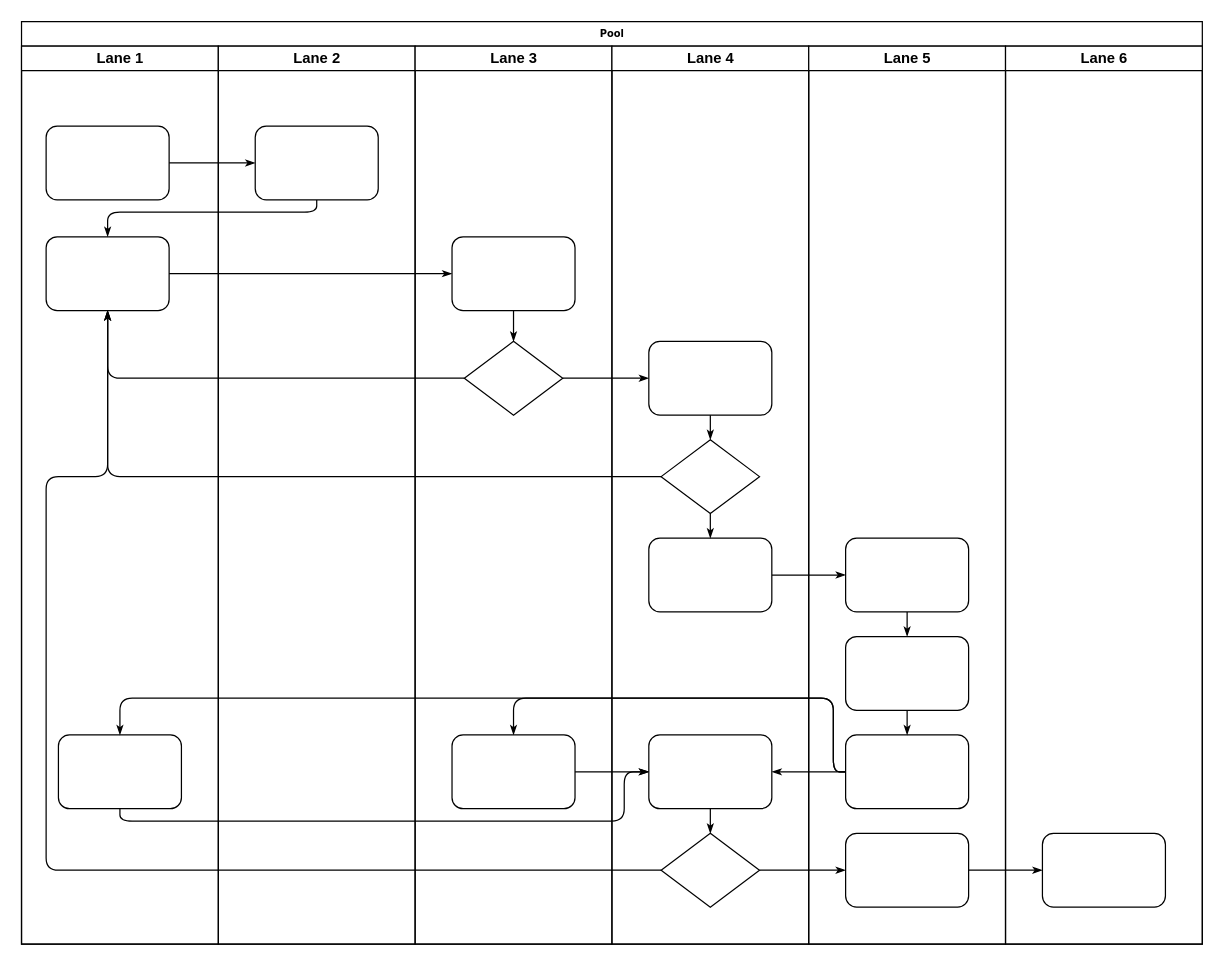
This is Untitled Diagram.drawio from afadallah/Case-StackOverflow, a draw.io file, before an edit. Source tidied: cells renumbered, new cells numbered last; positions are measured from the earlier drawing's top-left corner, leaving out a move shared by most shapes. Both pictures are drawn from the tidied source at 123%, with x=0, y=0 at pixel (21, 21).
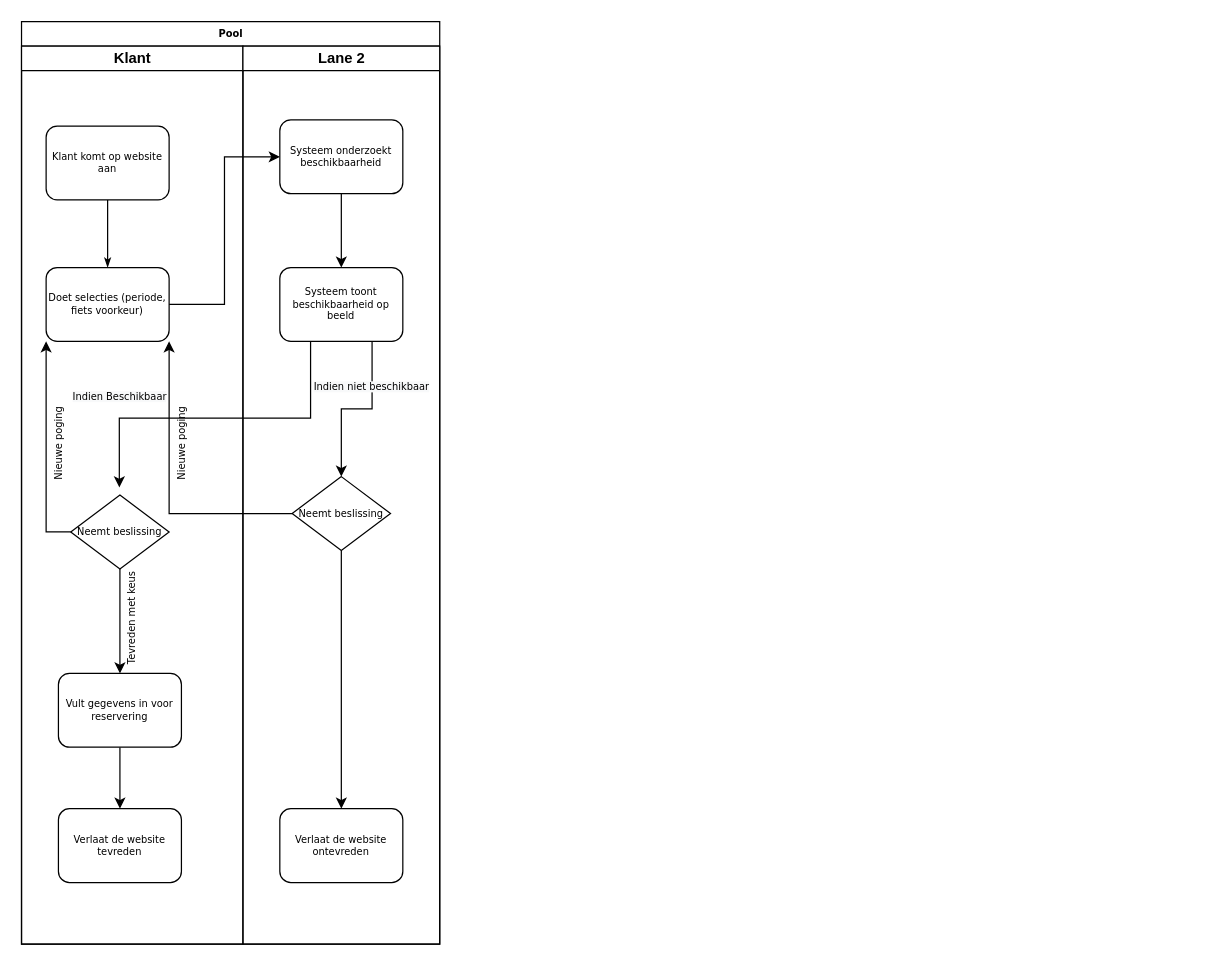
The same diagram, later.

What changed in the source:
```diff
@@
     <mxCell id="2" value="Pool" style="swimlane;html=1;startSize=20;rounded=0;shadow=0;labelBackgroundColor=none;strokeWidth=1;fontFamily=Verdana;fontSize=8;align=center;" parent="1" vertex="1">
-      <mxGeometry width="960" height="750" as="geometry" />
+      <mxGeometry width="340" height="750" as="geometry" />
     </mxCell>
-    <mxCell id="3" value="Lane 1" style="swimlane;html=1;startSize=20;" parent="2" vertex="1">
-      <mxGeometry y="20" width="160" height="730" as="geometry" />
+    <mxCell id="3" value="Klant" style="swimlane;html=1;startSize=20;" parent="2" vertex="1">
+      <mxGeometry y="20" width="180" height="730" as="geometry" />
     </mxCell>
+    <mxCell id="47" value="&lt;div style=&quot;text-align: center&quot;&gt;&lt;span style=&quot;font-size: 8px&quot;&gt;&lt;font face=&quot;verdana&quot;&gt;Nieuwe poging&lt;/font&gt;&lt;/span&gt;&lt;/div&gt;" style="text;whiteSpace=wrap;html=1;rotation=-90;" parent="3" vertex="1">
+      <mxGeometry x="-20" y="290" width="100" height="30" as="geometry" />
+    </mxCell>
-    <mxCell id="4" style="rounded=1;whiteSpace=wrap;html=1;shadow=0;labelBackgroundColor=none;strokeWidth=1;fontFamily=Verdana;fontSize=8;align=center;" parent="3" vertex="1">
+    <mxCell id="4" value="Klant komt op website aan" style="rounded=1;whiteSpace=wrap;html=1;shadow=0;labelBackgroundColor=none;strokeWidth=1;fontFamily=Verdana;fontSize=8;align=center;" parent="3" vertex="1">
       <mxGeometry x="20" y="65" width="100" height="60" as="geometry" />
     </mxCell>
-    <mxCell id="5" style="rounded=1;whiteSpace=wrap;html=1;shadow=0;labelBackgroundColor=none;strokeWidth=1;fontFamily=Verdana;fontSize=8;align=center;" parent="3" vertex="1">
-      <mxGeometry x="20" y="155" width="100" height="60" as="geometry" />
-    </mxCell>
-    <mxCell id="6" style="rounded=1;whiteSpace=wrap;html=1;shadow=0;labelBackgroundColor=none;strokeWidth=1;fontFamily=Verdana;fontSize=8;align=center;" parent="3" vertex="1">
-      <mxGeometry x="30" y="560" width="100" height="60" as="geometry" />
-    </mxCell>
-    <mxCell id="7" style="edgeStyle=orthogonalEdgeStyle;rounded=1;html=1;labelBackgroundColor=none;startArrow=none;startFill=0;startSize=5;endArrow=classicThin;endFill=1;endSize=5;jettySize=auto;strokeWidth=1;fontFamily=Verdana;fontSize=8;" parent="2" edge="1" source="4" target="23">
+    <mxCell id="7" style="edgeStyle=orthogonalEdgeStyle;rounded=1;html=1;labelBackgroundColor=none;startArrow=none;startFill=0;startSize=5;endArrow=classicThin;endFill=1;endSize=5;jettySize=auto;strokeWidth=1;fontFamily=Verdana;fontSize=8;" parent="3" edge="1" source="4" target="23">
       <mxGeometry relative="1" as="geometry" />
     </mxCell>
-    <mxCell id="8" style="edgeStyle=orthogonalEdgeStyle;rounded=1;html=1;labelBackgroundColor=none;startArrow=none;startFill=0;startSize=5;endArrow=classicThin;endFill=1;endSize=5;jettySize=auto;strokeWidth=1;fontFamily=Verdana;fontSize=8;" parent="2" edge="1" source="23" target="5">
-      <mxGeometry relative="1" as="geometry">
-        <Array as="points">
-          <mxPoint x="240" y="155" />
-          <mxPoint x="70" y="155" />
-        </Array>
-      </mxGeometry>
-    </mxCell>
-    <mxCell id="9" style="edgeStyle=orthogonalEdgeStyle;rounded=1;html=1;labelBackgroundColor=none;startArrow=none;startFill=0;startSize=5;endArrow=classicThin;endFill=1;endSize=5;jettySize=auto;strokeWidth=1;fontFamily=Verdana;fontSize=8;" parent="2" edge="1" source="5" target="25">
-      <mxGeometry relative="1" as="geometry" />
-    </mxCell>
-    <mxCell id="10" style="edgeStyle=orthogonalEdgeStyle;rounded=1;html=1;labelBackgroundColor=none;startArrow=none;startFill=0;startSize=5;endArrow=classicThin;endFill=1;endSize=5;jettySize=auto;strokeWidth=1;fontFamily=Verdana;fontSize=8;" parent="2" edge="1" source="26" target="5">
-      <mxGeometry relative="1" as="geometry" />
-    </mxCell>
-    <mxCell id="11" style="edgeStyle=orthogonalEdgeStyle;rounded=1;html=1;labelBackgroundColor=none;startArrow=none;startFill=0;startSize=5;endArrow=classicThin;endFill=1;endSize=5;jettySize=auto;strokeWidth=1;fontFamily=Verdana;fontSize=8;" parent="2" edge="1" source="31" target="5">
-      <mxGeometry relative="1" as="geometry" />
-    </mxCell>
-    <mxCell id="12" style="edgeStyle=orthogonalEdgeStyle;rounded=1;html=1;labelBackgroundColor=none;startArrow=none;startFill=0;startSize=5;endArrow=classicThin;endFill=1;endSize=5;jettySize=auto;strokeWidth=1;fontFamily=Verdana;fontSize=8;" parent="2" edge="1" source="34" target="5">
-      <mxGeometry relative="1" as="geometry">
-        <Array as="points">
-          <mxPoint x="20" y="690" />
-          <mxPoint x="20" y="370" />
-          <mxPoint x="70" y="370" />
-        </Array>
-      </mxGeometry>
-    </mxCell>
-    <mxCell id="13" style="edgeStyle=orthogonalEdgeStyle;rounded=1;html=1;labelBackgroundColor=none;startArrow=none;startFill=0;startSize=5;endArrow=classicThin;endFill=1;endSize=5;jettySize=auto;strokeWidth=1;fontFamily=Verdana;fontSize=8;" parent="2" edge="1" source="26" target="30">
-      <mxGeometry relative="1" as="geometry" />
-    </mxCell>
-    <mxCell id="14" style="edgeStyle=orthogonalEdgeStyle;rounded=1;html=1;labelBackgroundColor=none;startArrow=none;startFill=0;startSize=5;endArrow=classicThin;endFill=1;endSize=5;jettySize=auto;strokeWidth=1;fontFamily=Verdana;fontSize=8;" parent="2" edge="1" source="34" target="42">
-      <mxGeometry relative="1" as="geometry" />
-    </mxCell>
-    <mxCell id="15" style="edgeStyle=orthogonalEdgeStyle;rounded=1;html=1;labelBackgroundColor=none;startArrow=none;startFill=0;startSize=5;endArrow=classicThin;endFill=1;endSize=5;jettySize=auto;strokeWidth=1;fontFamily=Verdana;fontSize=8;" parent="2" edge="1" source="42" target="46">
-      <mxGeometry relative="1" as="geometry" />
-    </mxCell>
-    <mxCell id="16" style="edgeStyle=orthogonalEdgeStyle;rounded=1;html=1;labelBackgroundColor=none;startArrow=none;startFill=0;startSize=5;endArrow=classicThin;endFill=1;endSize=5;jettySize=auto;strokeWidth=1;fontFamily=Verdana;fontSize=8;" parent="2" edge="1" source="32" target="39">
-      <mxGeometry relative="1" as="geometry" />
-    </mxCell>
-    <mxCell id="17" style="edgeStyle=orthogonalEdgeStyle;rounded=1;html=1;labelBackgroundColor=none;startArrow=none;startFill=0;startSize=5;endArrow=classicThin;endFill=1;endSize=5;jettySize=auto;strokeWidth=1;fontFamily=Verdana;fontSize=8;" parent="2" edge="1" source="41" target="27">
-      <mxGeometry relative="1" as="geometry">
-        <Array as="points">
-          <mxPoint x="660" y="610" />
-          <mxPoint x="660" y="550" />
-          <mxPoint x="400" y="550" />
-        </Array>
-      </mxGeometry>
-    </mxCell>
-    <mxCell id="18" style="edgeStyle=orthogonalEdgeStyle;rounded=1;html=1;labelBackgroundColor=none;startArrow=none;startFill=0;startSize=5;endArrow=classicThin;endFill=1;endSize=5;jettySize=auto;strokeColor=#000000;strokeWidth=1;fontFamily=Verdana;fontSize=8;fontColor=#000000;" parent="2" edge="1" source="41" target="33">
-      <mxGeometry relative="1" as="geometry" />
-    </mxCell>
-    <mxCell id="19" style="edgeStyle=orthogonalEdgeStyle;rounded=1;html=1;labelBackgroundColor=none;startArrow=none;startFill=0;startSize=5;endArrow=classicThin;endFill=1;endSize=5;jettySize=auto;strokeWidth=1;fontFamily=Verdana;fontSize=8;" parent="2" edge="1" source="41" target="6">
-      <mxGeometry relative="1" as="geometry">
-        <Array as="points">
-          <mxPoint x="660" y="610" />
-          <mxPoint x="660" y="550" />
-          <mxPoint x="80" y="550" />
-        </Array>
-      </mxGeometry>
-    </mxCell>
-    <mxCell id="20" style="edgeStyle=orthogonalEdgeStyle;rounded=1;html=1;labelBackgroundColor=none;startArrow=none;startFill=0;startSize=5;endArrow=classicThin;endFill=1;endSize=5;jettySize=auto;strokeWidth=1;fontFamily=Verdana;fontSize=8;" parent="2" edge="1" source="6" target="33">
-      <mxGeometry relative="1" as="geometry">
-        <Array as="points">
-          <mxPoint x="80" y="650" />
-          <mxPoint x="490" y="650" />
-          <mxPoint x="490" y="610" />
-        </Array>
-      </mxGeometry>
-    </mxCell>
-    <mxCell id="21" style="edgeStyle=orthogonalEdgeStyle;rounded=1;html=1;labelBackgroundColor=none;startArrow=none;startFill=0;startSize=5;endArrow=classicThin;endFill=1;endSize=5;jettySize=auto;strokeWidth=1;fontFamily=Verdana;fontSize=8;" parent="2" edge="1" source="27" target="33">
-      <mxGeometry relative="1" as="geometry" />
-    </mxCell>
+    <mxCell id="23" value="Doet selecties (periode, fiets voorkeur)" style="rounded=1;whiteSpace=wrap;html=1;shadow=0;labelBackgroundColor=none;strokeWidth=1;fontFamily=Verdana;fontSize=8;align=center;" parent="3" vertex="1">
+      <mxGeometry x="20" y="180" width="100" height="60" as="geometry" />
+    </mxCell>
+    <mxCell id="48" style="edgeStyle=orthogonalEdgeStyle;rounded=0;jettySize=auto;html=1;exitX=0.5;exitY=1;exitDx=0;exitDy=0;entryX=0.5;entryY=0;entryDx=0;entryDy=0;" parent="3" edge="1" source="52" target="53">
+      <mxGeometry relative="1" as="geometry" />
+    </mxCell>
+    <mxCell id="49" style="edgeStyle=orthogonalEdgeStyle;rounded=0;jettySize=auto;html=1;exitX=0;exitY=0.5;exitDx=0;exitDy=0;entryX=0;entryY=1;entryDx=0;entryDy=0;" parent="3" edge="1" source="52" target="23">
+      <mxGeometry relative="1" as="geometry" />
+    </mxCell>
+    <mxCell id="50" style="edgeStyle=orthogonalEdgeStyle;rounded=0;jettySize=auto;html=1;exitX=0.5;exitY=1;exitDx=0;exitDy=0;entryX=0.5;entryY=0;entryDx=0;entryDy=0;" parent="3" edge="1" source="53" target="51">
+      <mxGeometry relative="1" as="geometry" />
+    </mxCell>
+    <mxCell id="51" value="Verlaat de website tevreden" style="rounded=1;whiteSpace=wrap;html=1;shadow=0;labelBackgroundColor=none;strokeWidth=1;fontFamily=Verdana;fontSize=8;align=center;" parent="3" vertex="1">
+      <mxGeometry x="30" y="620" width="100" height="60" as="geometry" />
+    </mxCell>
+    <mxCell id="52" value="Neemt beslissing" style="rhombus;whiteSpace=wrap;html=1;rounded=0;shadow=0;labelBackgroundColor=none;strokeWidth=1;fontFamily=Verdana;fontSize=8;align=center;" parent="3" vertex="1">
+      <mxGeometry x="40" y="365" width="80" height="60" as="geometry" />
+    </mxCell>
+    <mxCell id="53" value="Vult gegevens in voor reservering" style="rounded=1;whiteSpace=wrap;html=1;shadow=0;labelBackgroundColor=none;strokeWidth=1;fontFamily=Verdana;fontSize=8;align=center;" parent="3" vertex="1">
+      <mxGeometry x="30" y="510" width="100" height="60" as="geometry" />
+    </mxCell>
+    <mxCell id="54" value="&lt;span style=&quot;color: rgb(0, 0, 0); font-family: verdana; font-size: 8px; font-style: normal; font-weight: 400; letter-spacing: normal; text-align: center; text-indent: 0px; text-transform: none; word-spacing: 0px; background-color: rgb(248, 249, 250); display: inline; float: none;&quot;&gt;Indien Beschikbaar&lt;/span&gt;" style="text;whiteSpace=wrap;html=1;" parent="3" vertex="1">
+      <mxGeometry x="40" y="270" width="100" height="30" as="geometry" />
+    </mxCell>
+    <mxCell id="55" value="&lt;div style=&quot;text-align: center&quot;&gt;&lt;span style=&quot;font-size: 8px&quot;&gt;&lt;font face=&quot;verdana&quot;&gt;Tevreden met keus&lt;/font&gt;&lt;/span&gt;&lt;/div&gt;" style="text;whiteSpace=wrap;html=1;rotation=-90;" parent="3" vertex="1">
+      <mxGeometry x="40" y="440" width="100" height="30" as="geometry" />
+    </mxCell>
+    <mxCell id="56" value="&lt;div style=&quot;text-align: center&quot;&gt;&lt;span style=&quot;font-size: 8px&quot;&gt;&lt;font face=&quot;verdana&quot;&gt;Nieuwe poging&lt;/font&gt;&lt;/span&gt;&lt;/div&gt;" style="text;whiteSpace=wrap;html=1;rotation=-90;" parent="3" vertex="1">
+      <mxGeometry x="80" y="290" width="100" height="30" as="geometry" />
+    </mxCell>
     <mxCell id="22" value="Lane 2" style="swimlane;html=1;startSize=20;" parent="2" vertex="1">
-      <mxGeometry x="160" y="20" width="160" height="730" as="geometry" />
+      <mxGeometry x="180" y="20" width="160" height="730" as="geometry" />
     </mxCell>
-    <mxCell id="23" style="rounded=1;whiteSpace=wrap;html=1;shadow=0;labelBackgroundColor=none;strokeWidth=1;fontFamily=Verdana;fontSize=8;align=center;" parent="22" vertex="1">
-      <mxGeometry x="30" y="65" width="100" height="60" as="geometry" />
-    </mxCell>
-    <mxCell id="24" value="Lane 3" style="swimlane;html=1;startSize=20;" parent="2" vertex="1">
-      <mxGeometry x="320" y="20" width="160" height="730" as="geometry" />
-    </mxCell>
-    <mxCell id="25" style="rounded=1;whiteSpace=wrap;html=1;shadow=0;labelBackgroundColor=none;strokeWidth=1;fontFamily=Verdana;fontSize=8;align=center;" parent="24" vertex="1">
-      <mxGeometry x="30" y="155" width="100" height="60" as="geometry" />
+    <mxCell id="25" value="Systeem onderzoekt beschikbaarheid" style="rounded=1;whiteSpace=wrap;html=1;shadow=0;labelBackgroundColor=none;strokeWidth=1;fontFamily=Verdana;fontSize=8;align=center;" parent="22" vertex="1">
+      <mxGeometry x="30" y="60" width="100" height="60" as="geometry" />
     </mxCell>
-    <mxCell id="26" style="rhombus;whiteSpace=wrap;html=1;rounded=0;shadow=0;labelBackgroundColor=none;strokeWidth=1;fontFamily=Verdana;fontSize=8;align=center;" parent="24" vertex="1">
-      <mxGeometry x="40" y="240" width="80" height="60" as="geometry" />
-    </mxCell>
-    <mxCell id="27" style="rounded=1;whiteSpace=wrap;html=1;shadow=0;labelBackgroundColor=none;strokeWidth=1;fontFamily=Verdana;fontSize=8;align=center;" parent="24" vertex="1">
-      <mxGeometry x="30" y="560" width="100" height="60" as="geometry" />
-    </mxCell>
-    <mxCell id="28" style="edgeStyle=orthogonalEdgeStyle;rounded=1;html=1;labelBackgroundColor=none;startArrow=none;startFill=0;startSize=5;endArrow=classicThin;endFill=1;endSize=5;jettySize=auto;strokeWidth=1;fontFamily=Verdana;fontSize=8;" parent="24" edge="1" source="25" target="26">
-      <mxGeometry relative="1" as="geometry" />
-    </mxCell>
-    <mxCell id="29" value="Lane 4" style="swimlane;html=1;startSize=20;" parent="2" vertex="1">
-      <mxGeometry x="480" y="20" width="160" height="730" as="geometry" />
-    </mxCell>
-    <mxCell id="30" style="rounded=1;whiteSpace=wrap;html=1;shadow=0;labelBackgroundColor=none;strokeWidth=1;fontFamily=Verdana;fontSize=8;align=center;" parent="29" vertex="1">
-      <mxGeometry x="30" y="240" width="100" height="60" as="geometry" />
-    </mxCell>
-    <mxCell id="31" style="rhombus;whiteSpace=wrap;html=1;rounded=0;shadow=0;labelBackgroundColor=none;strokeWidth=1;fontFamily=Verdana;fontSize=8;align=center;" parent="29" vertex="1">
-      <mxGeometry x="40" y="320" width="80" height="60" as="geometry" />
-    </mxCell>
-    <mxCell id="32" style="rounded=1;whiteSpace=wrap;html=1;shadow=0;labelBackgroundColor=none;strokeWidth=1;fontFamily=Verdana;fontSize=8;align=center;" parent="29" vertex="1">
-      <mxGeometry x="30" y="400" width="100" height="60" as="geometry" />
-    </mxCell>
-    <mxCell id="33" style="rounded=1;whiteSpace=wrap;html=1;shadow=0;labelBackgroundColor=none;strokeWidth=1;fontFamily=Verdana;fontSize=8;align=center;" parent="29" vertex="1">
-      <mxGeometry x="30" y="560" width="100" height="60" as="geometry" />
-    </mxCell>
-    <mxCell id="34" style="rhombus;whiteSpace=wrap;html=1;rounded=0;shadow=0;labelBackgroundColor=none;strokeWidth=1;fontFamily=Verdana;fontSize=8;align=center;" parent="29" vertex="1">
-      <mxGeometry x="40" y="640" width="80" height="60" as="geometry" />
-    </mxCell>
-    <mxCell id="35" style="edgeStyle=orthogonalEdgeStyle;rounded=1;html=1;labelBackgroundColor=none;startArrow=none;startFill=0;startSize=5;endArrow=classicThin;endFill=1;endSize=5;jettySize=auto;strokeColor=#000000;strokeWidth=1;fontFamily=Verdana;fontSize=8;fontColor=#000000;" parent="29" edge="1" source="30" target="31">
-      <mxGeometry relative="1" as="geometry" />
-    </mxCell>
-    <mxCell id="36" style="edgeStyle=orthogonalEdgeStyle;rounded=1;html=1;labelBackgroundColor=none;startArrow=none;startFill=0;startSize=5;endArrow=classicThin;endFill=1;endSize=5;jettySize=auto;strokeWidth=1;fontFamily=Verdana;fontSize=8;" parent="29" edge="1" source="31" target="32">
-      <mxGeometry relative="1" as="geometry" />
-    </mxCell>
-    <mxCell id="37" style="edgeStyle=orthogonalEdgeStyle;rounded=1;html=1;labelBackgroundColor=none;startArrow=none;startFill=0;startSize=5;endArrow=classicThin;endFill=1;endSize=5;jettySize=auto;strokeWidth=1;fontFamily=Verdana;fontSize=8;" parent="29" edge="1" source="33" target="34">
-      <mxGeometry relative="1" as="geometry" />
-    </mxCell>
-    <mxCell id="38" value="Lane 5" style="swimlane;html=1;startSize=20;" parent="2" vertex="1">
-      <mxGeometry x="640" y="20" width="160" height="730" as="geometry" />
-    </mxCell>
-    <mxCell id="39" style="rounded=1;whiteSpace=wrap;html=1;shadow=0;labelBackgroundColor=none;strokeWidth=1;fontFamily=Verdana;fontSize=8;align=center;" parent="38" vertex="1">
-      <mxGeometry x="30" y="400" width="100" height="60" as="geometry" />
-    </mxCell>
-    <mxCell id="40" style="rounded=1;whiteSpace=wrap;html=1;shadow=0;labelBackgroundColor=none;strokeWidth=1;fontFamily=Verdana;fontSize=8;align=center;" parent="38" vertex="1">
-      <mxGeometry x="30" y="480" width="100" height="60" as="geometry" />
-    </mxCell>
-    <mxCell id="41" style="rounded=1;whiteSpace=wrap;html=1;shadow=0;labelBackgroundColor=none;strokeWidth=1;fontFamily=Verdana;fontSize=8;align=center;" parent="38" vertex="1">
-      <mxGeometry x="30" y="560" width="100" height="60" as="geometry" />
-    </mxCell>
-    <mxCell id="42" style="rounded=1;whiteSpace=wrap;html=1;shadow=0;labelBackgroundColor=none;strokeWidth=1;fontFamily=Verdana;fontSize=8;align=center;" parent="38" vertex="1">
-      <mxGeometry x="30" y="640" width="100" height="60" as="geometry" />
-    </mxCell>
-    <mxCell id="43" style="edgeStyle=orthogonalEdgeStyle;rounded=1;html=1;labelBackgroundColor=none;startArrow=none;startFill=0;startSize=5;endArrow=classicThin;endFill=1;endSize=5;jettySize=auto;strokeWidth=1;fontFamily=Verdana;fontSize=8;" parent="38" edge="1" source="39" target="40">
-      <mxGeometry relative="1" as="geometry" />
-    </mxCell>
-    <mxCell id="44" style="edgeStyle=orthogonalEdgeStyle;rounded=1;html=1;labelBackgroundColor=none;startArrow=none;startFill=0;startSize=5;endArrow=classicThin;endFill=1;endSize=5;jettySize=auto;strokeWidth=1;fontFamily=Verdana;fontSize=8;" parent="38" edge="1" source="40" target="41">
-      <mxGeometry relative="1" as="geometry" />
-    </mxCell>
-    <mxCell id="45" value="Lane 6" style="swimlane;html=1;startSize=20;" parent="2" vertex="1">
-      <mxGeometry x="800" y="20" width="160" height="730" as="geometry" />
-    </mxCell>
-    <mxCell id="46" style="rounded=1;whiteSpace=wrap;html=1;shadow=0;labelBackgroundColor=none;strokeWidth=1;fontFamily=Verdana;fontSize=8;align=center;" parent="45" vertex="1">
-      <mxGeometry x="30" y="640" width="100" height="60" as="geometry" />
-    </mxCell>
+    <mxCell id="57" style="edgeStyle=orthogonalEdgeStyle;rounded=0;jettySize=auto;html=1;exitX=0.5;exitY=1;exitDx=0;exitDy=0;entryX=0.5;entryY=0;entryDx=0;entryDy=0;" parent="22" edge="1" source="25" target="59">
+      <mxGeometry relative="1" as="geometry" />
+    </mxCell>
+    <mxCell id="58" style="edgeStyle=orthogonalEdgeStyle;rounded=0;jettySize=auto;html=1;exitX=0.75;exitY=1;exitDx=0;exitDy=0;entryX=0.5;entryY=0;entryDx=0;entryDy=0;" parent="22" edge="1" source="59" target="61">
+      <mxGeometry relative="1" as="geometry" />
+    </mxCell>
+    <mxCell id="59" value="Systeem toont beschikbaarheid op beeld" style="rounded=1;whiteSpace=wrap;html=1;shadow=0;labelBackgroundColor=none;strokeWidth=1;fontFamily=Verdana;fontSize=8;align=center;" parent="22" vertex="1">
+      <mxGeometry x="30" y="180" width="100" height="60" as="geometry" />
+    </mxCell>
+    <mxCell id="60" style="edgeStyle=orthogonalEdgeStyle;rounded=0;jettySize=auto;html=1;exitX=0.5;exitY=1;exitDx=0;exitDy=0;entryX=0.5;entryY=0;entryDx=0;entryDy=0;" parent="22" edge="1" source="61" target="62">
+      <mxGeometry relative="1" as="geometry" />
+    </mxCell>
+    <mxCell id="61" value="Neemt beslissing" style="rhombus;whiteSpace=wrap;html=1;rounded=0;shadow=0;labelBackgroundColor=none;strokeWidth=1;fontFamily=Verdana;fontSize=8;align=center;" parent="22" vertex="1">
+      <mxGeometry x="40" y="350" width="80" height="60" as="geometry" />
+    </mxCell>
+    <mxCell id="62" value="Verlaat de website ontevreden" style="rounded=1;whiteSpace=wrap;html=1;shadow=0;labelBackgroundColor=none;strokeWidth=1;fontFamily=Verdana;fontSize=8;align=center;" parent="22" vertex="1">
+      <mxGeometry x="30" y="620" width="100" height="60" as="geometry" />
+    </mxCell>
+    <mxCell id="63" value="&lt;span style=&quot;color: rgb(0 , 0 , 0) ; font-family: &amp;#34;verdana&amp;#34; ; font-size: 8px ; font-style: normal ; font-weight: 400 ; letter-spacing: normal ; text-align: center ; text-indent: 0px ; text-transform: none ; word-spacing: 0px ; background-color: rgb(248 , 249 , 250) ; display: inline ; float: none&quot;&gt;Indien niet beschikbaar&lt;/span&gt;" style="text;whiteSpace=wrap;html=1;" parent="22" vertex="1">
+      <mxGeometry x="56" y="262" width="100" height="30" as="geometry" />
+    </mxCell>
+    <mxCell id="64" style="edgeStyle=orthogonalEdgeStyle;rounded=0;jettySize=auto;html=1;exitX=1;exitY=0.5;exitDx=0;exitDy=0;entryX=0;entryY=0.5;entryDx=0;entryDy=0;" parent="2" edge="1" source="23" target="25">
+      <mxGeometry relative="1" as="geometry" />
+    </mxCell>
+    <mxCell id="65" style="edgeStyle=orthogonalEdgeStyle;rounded=0;jettySize=auto;html=1;exitX=0.25;exitY=1;exitDx=0;exitDy=0;entryX=0.494;entryY=-0.103;entryDx=0;entryDy=0;entryPerimeter=0;" parent="2" edge="1" source="59" target="52">
+      <mxGeometry relative="1" as="geometry" />
+    </mxCell>
+    <mxCell id="66" style="edgeStyle=orthogonalEdgeStyle;rounded=0;jettySize=auto;html=1;exitX=0;exitY=0.5;exitDx=0;exitDy=0;entryX=1;entryY=1;entryDx=0;entryDy=0;" parent="2" edge="1" source="61" target="23">
+      <mxGeometry relative="1" as="geometry" />
+    </mxCell>
```
